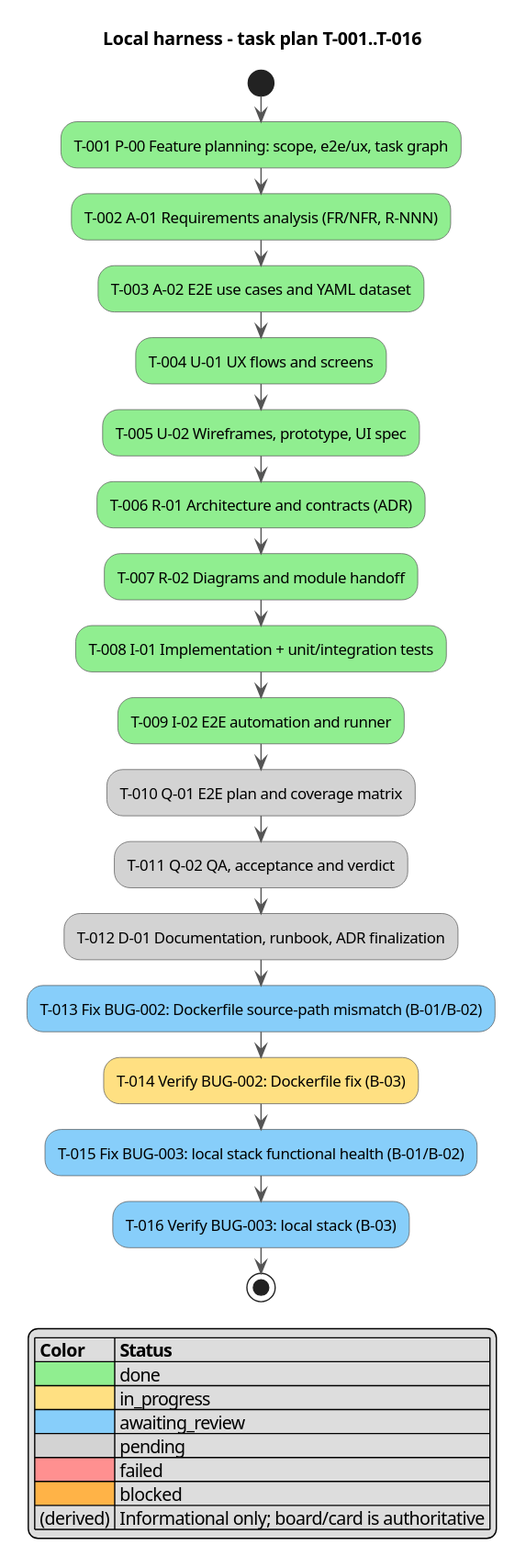
Before: docs/activity.svg, a diagram exported from PlantUML (serge-sasov/ai-task-tracker).
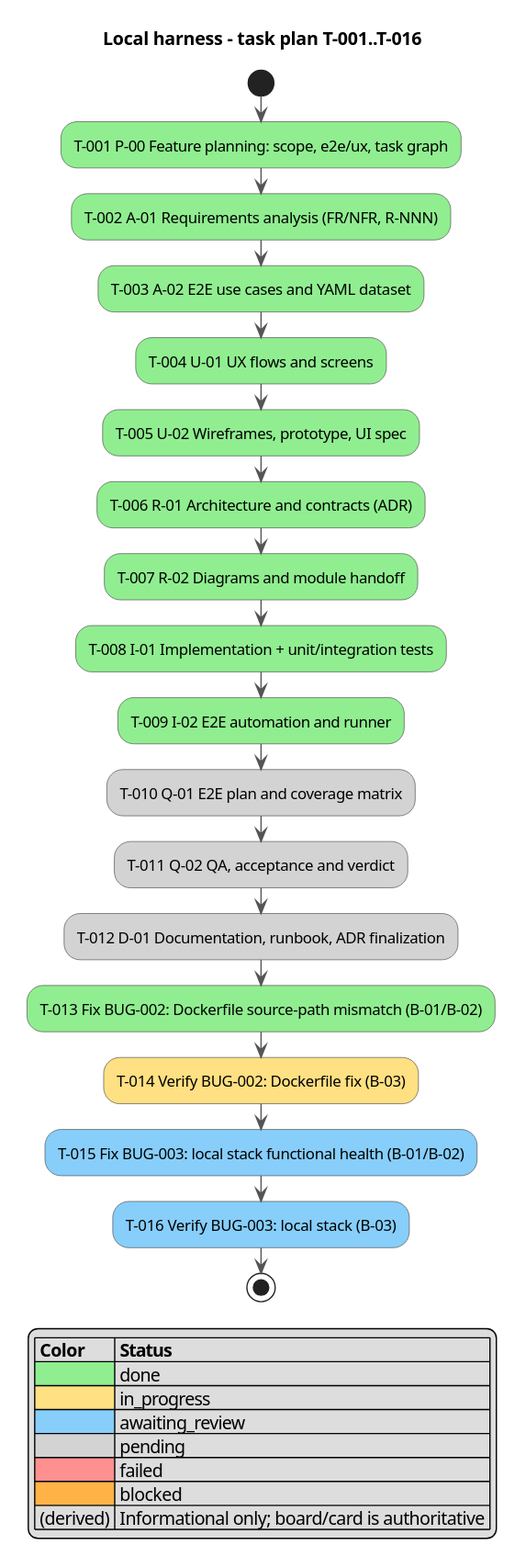
After the commit.

What changed in the source:
```diff
@@ -18,7 +18,7 @@
 :T-010 Q-01 E2E plan and coverage matrix; <<#D3D3D3>>
 :T-011 Q-02 QA, acceptance and verdict; <<#D3D3D3>>
 :T-012 D-01 Documentation, runbook, ADR finalization; <<#D3D3D3>>
-:T-013 Fix BUG-002: Dockerfile source-path mismatch (B-01/B-02); <<#87CEFA>>
+:T-013 Fix BUG-002: Dockerfile source-path mismatch (B-01/B-02); <<#90EE90>>
 :T-014 Verify BUG-002: Dockerfile fix (B-03); <<#FFE082>>
 :T-015 Fix BUG-003: local stack functional health (B-01/B-02); <<#87CEFA>>
 :T-016 Verify BUG-003: local stack (B-03); <<#87CEFA>>
```
